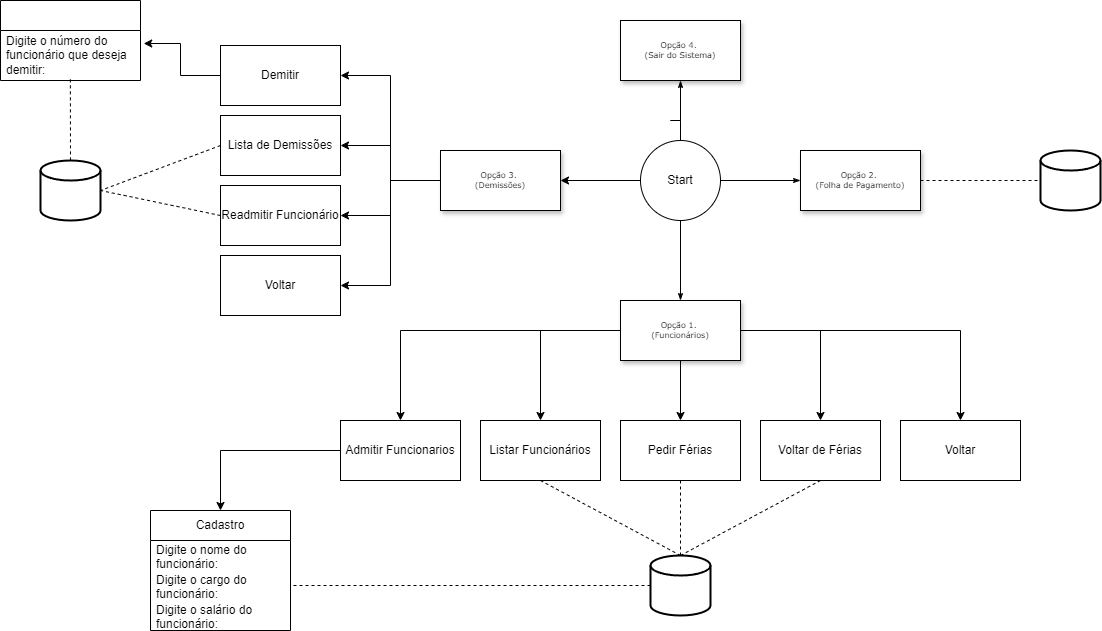
Above: DIAGRAMA RHSYSTEM.drawio.png in VitorMarquesLima/projeto-RHSystem-p1 (draw.io), before the change. Source tidied: cells renumbered, new cells last; positions are measured from the earlier drawing's top-left corner, leaving out a move shared by most shapes.
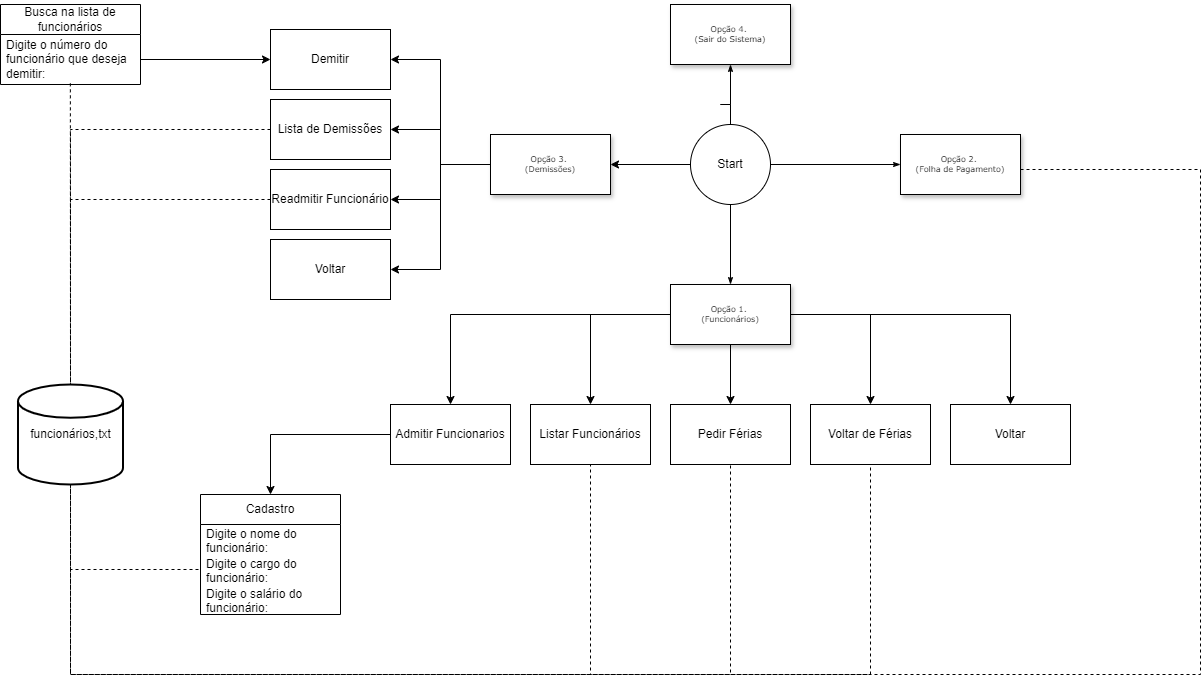
After the change.

Commit message:
Fluxograma Completo

Diff of the diagram source:
```diff
@@ -39,7 +39,7 @@
       <mxGeometry relative="1" as="geometry" />
     </mxCell>
     <mxCell id="11" value="&lt;div&gt;Opção 2.&amp;nbsp;&lt;/div&gt;&lt;div&gt;(Folha de Pagamento&lt;span style=&quot;background-color: initial;&quot;&gt;)&lt;/span&gt;&lt;/div&gt;" style="rounded=0;whiteSpace=wrap;html=1;shadow=1;labelBackgroundColor=none;strokeWidth=1;fontFamily=Verdana;fontSize=8;align=center;" parent="1" vertex="1">
-      <mxGeometry x="800" y="150" width="120" height="60" as="geometry" />
+      <mxGeometry x="850" y="150" width="120" height="60" as="geometry" />
     </mxCell>
     <mxCell id="12" style="edgeStyle=orthogonalEdgeStyle;rounded=0;html=1;labelBackgroundColor=none;startSize=5;endArrow=classicThin;endFill=1;endSize=5;jettySize=auto;strokeWidth=1;fontFamily=Verdana;fontSize=8;entryX=0;entryY=0.5;entryDx=0;entryDy=0;exitX=1;exitY=0.5;exitDx=0;exitDy=0;" parent="1" edge="1" source="14" target="11">
       <mxGeometry relative="1" as="geometry" />
@@ -107,47 +107,75 @@
     <mxCell id="33" value="Voltar" style="rounded=0;whiteSpace=wrap;html=1;" parent="1" vertex="1">
       <mxGeometry x="220" y="255" width="120" height="60" as="geometry" />
     </mxCell>
-    <mxCell id="34" style="swimlane;fontStyle=0;horizontal=1;startSize=30;whiteSpace=wrap;html=1;" parent="1" vertex="1">
-      <mxGeometry width="140" height="80" as="geometry" />
+    <mxCell id="34" value="Busca na lista de funcionários" style="swimlane;fontStyle=0;horizontal=1;startSize=30;whiteSpace=wrap;html=1;" parent="1" vertex="1">
+      <mxGeometry x="-50" y="20" width="140" height="80" as="geometry" />
     </mxCell>
     <mxCell id="35" value="Digite o número do funcionário que deseja demitir:" style="text;strokeColor=none;fillColor=none;align=left;verticalAlign=middle;spacingLeft=4;spacingRight=4;overflow=hidden;points=[[0,0.5],[1,0.5]];portConstraint=eastwest;whiteSpace=wrap;html=1;" parent="34" vertex="1">
       <mxGeometry y="30" width="140" height="50" as="geometry" />
     </mxCell>
-    <mxCell id="36" style="edgeStyle=orthogonalEdgeStyle;rounded=0;jettySize=auto;html=1;entryX=1.023;entryY=0.26;entryDx=0;entryDy=0;entryPerimeter=0;" parent="1" edge="1" source="30" target="35">
-      <mxGeometry relative="1" as="geometry" />
-    </mxCell>
-    <mxCell id="37" style="strokeWidth=2;html=1;shape=mxgraph.flowchart.database;whiteSpace=wrap;" parent="1" vertex="1">
-      <mxGeometry x="40" y="160" width="60" height="60" as="geometry" />
-    </mxCell>
-    <mxCell id="38" style="endArrow=none;dashed=1;html=1;rounded=0;entryX=0.5;entryY=0;entryDx=0;entryDy=0;entryPerimeter=0;exitX=0.499;exitY=0.977;exitDx=0;exitDy=0;exitPerimeter=0;" parent="1" edge="1" source="35" target="37">
+    <mxCell id="38" style="endArrow=none;dashed=1;html=1;rounded=0;entryX=0.5;entryY=0;entryDx=0;entryDy=0;entryPerimeter=0;exitX=0.499;exitY=0.977;exitDx=0;exitDy=0;exitPerimeter=0;" parent="1" edge="1" source="35" target="46">
       <mxGeometry relative="1" as="geometry" />
     </mxCell>
-    <mxCell id="39" style="strokeWidth=2;html=1;shape=mxgraph.flowchart.database;whiteSpace=wrap;" parent="1" vertex="1">
-      <mxGeometry x="650" y="555" width="60" height="60" as="geometry" />
-    </mxCell>
-    <mxCell id="40" style="endArrow=none;dashed=1;html=1;rounded=0;exitX=0.5;exitY=0;exitDx=0;exitDy=0;entryX=0.5;entryY=1;entryDx=0;entryDy=0;exitPerimeter=0;" parent="1" edge="1" source="39" target="22">
-      <mxGeometry relative="1" as="geometry" />
+    <mxCell id="40" style="endArrow=none;dashed=1;html=1;rounded=0;entryX=0.5;entryY=1;entryDx=0;entryDy=0;exitX=0.5;exitY=1;exitDx=0;exitDy=0;exitPerimeter=0;" parent="1" edge="1" source="46" target="22">
+      <mxGeometry relative="1" as="geometry">
+        <Array as="points">
+          <mxPoint x="20" y="690" />
+          <mxPoint x="540" y="690" />
+        </Array>
+      </mxGeometry>
     </mxCell>
-    <mxCell id="41" style="endArrow=none;dashed=1;html=1;rounded=0;exitX=0.5;exitY=0;exitDx=0;exitDy=0;entryX=0.5;entryY=1;entryDx=0;entryDy=0;exitPerimeter=0;" parent="1" edge="1" source="39" target="23">
-      <mxGeometry relative="1" as="geometry" />
+    <mxCell id="41" style="endArrow=none;dashed=1;html=1;rounded=0;entryX=0.5;entryY=1;entryDx=0;entryDy=0;exitX=0.5;exitY=1;exitDx=0;exitDy=0;exitPerimeter=0;" parent="1" edge="1" source="46" target="23">
+      <mxGeometry relative="1" as="geometry">
+        <Array as="points">
+          <mxPoint x="20" y="690" />
+          <mxPoint x="680" y="690" />
+        </Array>
+      </mxGeometry>
     </mxCell>
-    <mxCell id="42" style="endArrow=none;dashed=1;html=1;rounded=0;exitX=0.5;exitY=0;exitDx=0;exitDy=0;entryX=0.5;entryY=1;entryDx=0;entryDy=0;exitPerimeter=0;" parent="1" edge="1" source="39" target="24">
-      <mxGeometry relative="1" as="geometry" />
+    <mxCell id="42" style="endArrow=none;dashed=1;html=1;rounded=0;entryX=0.5;entryY=1;entryDx=0;entryDy=0;exitX=0.5;exitY=1;exitDx=0;exitDy=0;exitPerimeter=0;" parent="1" edge="1" source="46" target="24">
+      <mxGeometry relative="1" as="geometry">
+        <Array as="points">
+          <mxPoint x="20" y="690" />
+          <mxPoint x="820" y="690" />
+        </Array>
+      </mxGeometry>
     </mxCell>
-    <mxCell id="43" style="endArrow=none;dashed=1;html=1;rounded=0;entryX=1;entryY=0.5;entryDx=0;entryDy=0;entryPerimeter=0;exitX=0;exitY=0.5;exitDx=0;exitDy=0;" parent="1" edge="1" source="31" target="37">
-      <mxGeometry relative="1" as="geometry" />
+    <mxCell id="43" style="endArrow=none;dashed=1;html=1;rounded=0;entryX=0.5;entryY=0;entryDx=0;entryDy=0;entryPerimeter=0;exitX=0;exitY=0.5;exitDx=0;exitDy=0;" parent="1" edge="1" source="31" target="46">
+      <mxGeometry relative="1" as="geometry">
+        <Array as="points">
+          <mxPoint x="20" y="145" />
+        </Array>
+      </mxGeometry>
     </mxCell>
-    <mxCell id="44" style="endArrow=none;dashed=1;html=1;rounded=0;entryX=1;entryY=0.5;entryDx=0;entryDy=0;entryPerimeter=0;exitX=0;exitY=0.5;exitDx=0;exitDy=0;" parent="1" edge="1" source="32" target="37">
-      <mxGeometry relative="1" as="geometry" />
+    <mxCell id="44" style="endArrow=none;dashed=1;html=1;rounded=0;entryX=0.5;entryY=0;entryDx=0;entryDy=0;entryPerimeter=0;exitX=0;exitY=0.5;exitDx=0;exitDy=0;" parent="1" edge="1" source="32" target="46">
+      <mxGeometry relative="1" as="geometry">
+        <Array as="points">
+          <mxPoint x="20" y="215" />
+        </Array>
+      </mxGeometry>
     </mxCell>
-    <mxCell id="45" style="endArrow=none;dashed=1;html=1;rounded=0;exitX=0;exitY=0.5;exitDx=0;exitDy=0;entryX=1;entryY=0.5;entryDx=0;entryDy=0;exitPerimeter=0;" parent="1" edge="1" source="39" target="28">
-      <mxGeometry relative="1" as="geometry" />
+    <mxCell id="45" style="endArrow=none;dashed=1;html=1;rounded=0;exitX=0.5;exitY=1;exitDx=0;exitDy=0;entryX=0;entryY=0.5;entryDx=0;entryDy=0;exitPerimeter=0;" parent="1" edge="1" source="46" target="28">
+      <mxGeometry relative="1" as="geometry">
+        <Array as="points">
+          <mxPoint x="20" y="585" />
+        </Array>
+      </mxGeometry>
     </mxCell>
-    <mxCell id="46" style="strokeWidth=2;html=1;shape=mxgraph.flowchart.database;whiteSpace=wrap;" parent="1" vertex="1">
-      <mxGeometry x="1040" y="150" width="60" height="60" as="geometry" />
+    <mxCell id="46" value="funcionários,t&lt;span style=&quot;background-color: initial;&quot;&gt;xt&lt;/span&gt;" style="strokeWidth=2;html=1;shape=mxgraph.flowchart.database;whiteSpace=wrap;" parent="1" vertex="1">
+      <mxGeometry x="-32.5" y="400" width="105" height="100" as="geometry" />
     </mxCell>
-    <mxCell id="47" style="endArrow=none;dashed=1;html=1;rounded=0;exitX=1;exitY=0.5;exitDx=0;exitDy=0;entryX=0;entryY=0.5;entryDx=0;entryDy=0;entryPerimeter=0;" parent="1" edge="1" source="11" target="46">
-      <mxGeometry relative="1" as="geometry" />
+    <mxCell id="47" style="endArrow=none;dashed=1;html=1;rounded=0;exitX=1;exitY=0.5;exitDx=0;exitDy=0;entryX=0.5;entryY=1;entryDx=0;entryDy=0;entryPerimeter=0;" parent="1" edge="1" target="46">
+      <mxGeometry relative="1" as="geometry">
+        <mxPoint x="970" y="185" as="sourcePoint" />
+        <Array as="points">
+          <mxPoint x="1150" y="185" />
+          <mxPoint x="1150" y="690" />
+          <mxPoint x="20" y="690" />
+        </Array>
+      </mxGeometry>
     </mxCell>
+    <mxCell id="48" style="edgeStyle=orthogonalEdgeStyle;rounded=0;jettySize=auto;html=1;entryX=0;entryY=0.5;entryDx=0;entryDy=0;" parent="1" edge="1" source="35" target="30">
+      <mxGeometry relative="1" as="geometry" />
+    </mxCell>
   </root>
 </mxGraphModel>
```
